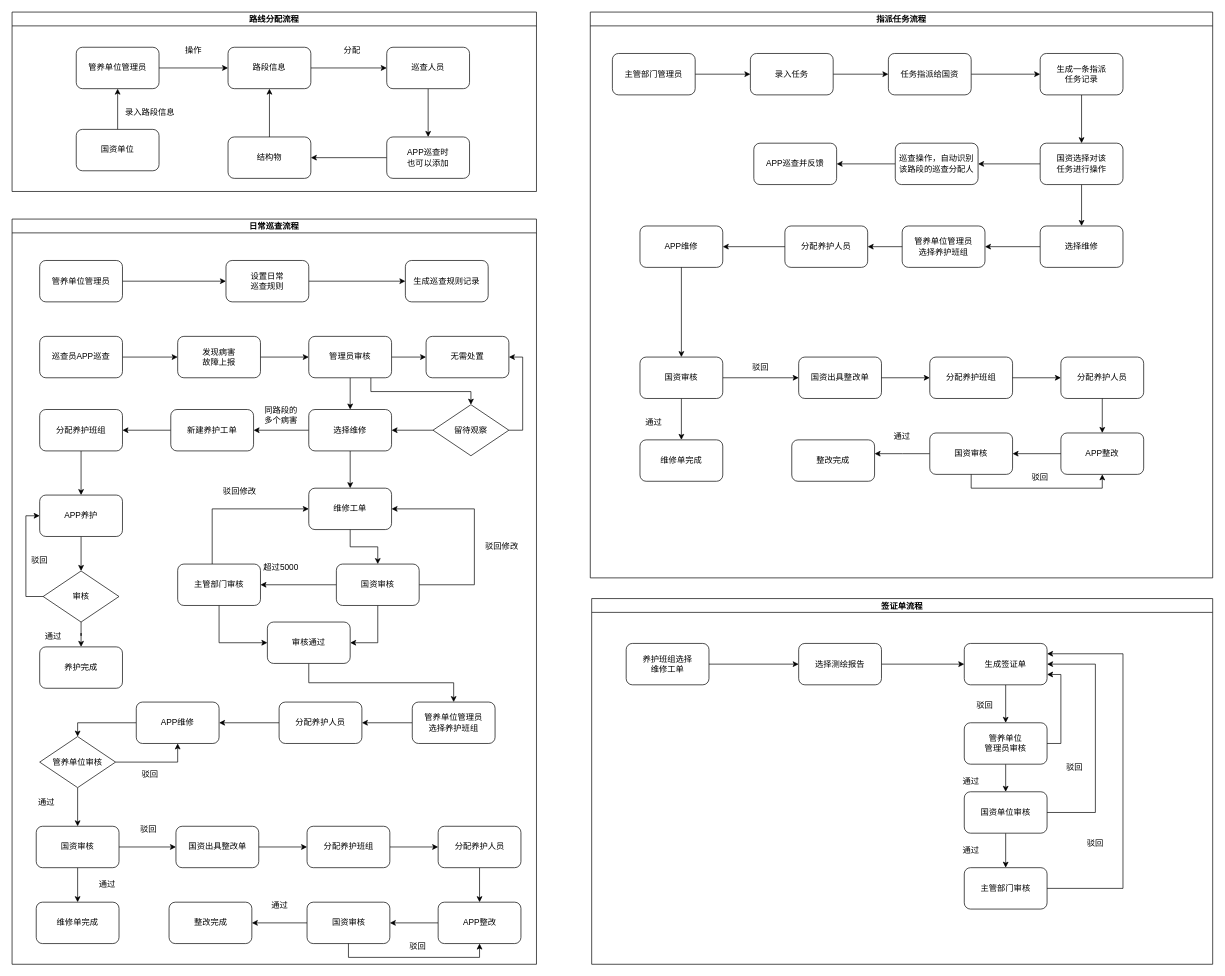
This is way/JH/流程图.drawio from Napoleon1234/Draw, a draw.io file, before an edit. Source tidied: cells renumbered, new cells numbered last; positions are measured from the earlier drawing's top-left corner, leaving out a move shared by most shapes. Both pictures are drawn from the tidied source at 69%, with x=0, y=0 at pixel (12, 12).
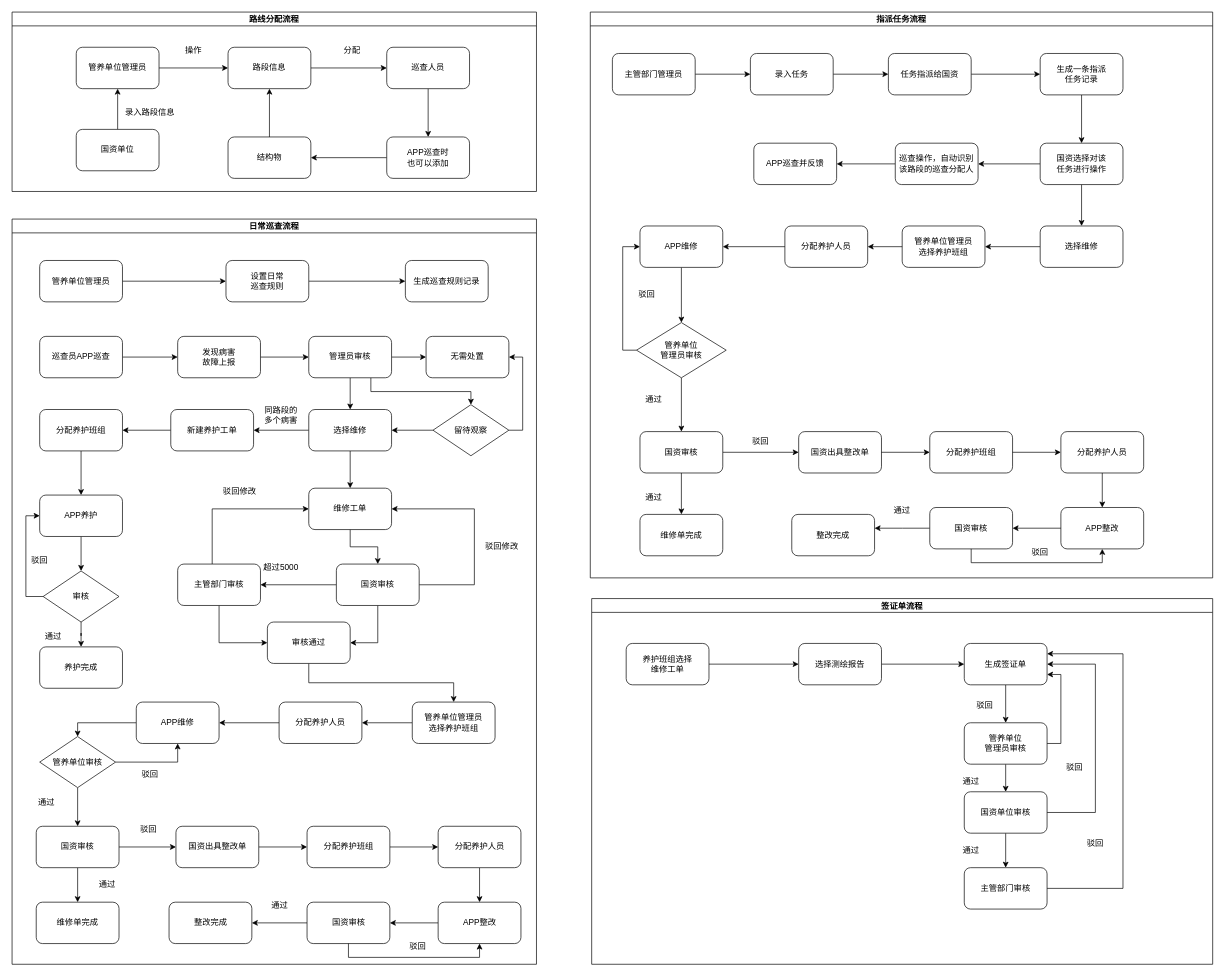
After the change.

Commit message (it also covers changes not shown here):
更新流程图.drawio

The change refers to these unchanged cells:
```xml
<mxCell id="97" value="指派任务流程" style="swimlane;startSize=20;horizontal=1;containerType=tree;" parent="1" vertex="1">
  <mxGeometry x="838" width="902" height="820" as="geometry" />
</mxCell>
<mxCell id="117" value="APP维修" style="rounded=1;whiteSpace=wrap;html=1;" parent="97" vertex="1">
  <mxGeometry x="72" y="310" width="120" height="60" as="geometry" />
</mxCell>
```

Change to the diagram source:
```diff
@@
+    <mxCell id="160" style="edgeStyle=orthogonalEdgeStyle;rounded=0;jettySize=auto;html=1;" parent="97" edge="1" source="117" target="163">
+      <mxGeometry relative="1" as="geometry" />
+    </mxCell>
@@
     <mxCell id="121" value="国资审核" style="rounded=1;whiteSpace=wrap;html=1;" parent="97" vertex="1">
-      <mxGeometry x="72" y="500" width="120" height="60" as="geometry" />
+      <mxGeometry x="72" y="608" width="120" height="60" as="geometry" />
     </mxCell>
-    <mxCell id="122" style="edgeStyle=orthogonalEdgeStyle;rounded=0;jettySize=auto;html=1;entryX=0.5;entryY=0;entryDx=0;entryDy=0;" parent="97" edge="1" source="117" target="121">
-      <mxGeometry relative="1" as="geometry" />
-    </mxCell>
     <mxCell id="123" value="维修单完成" style="rounded=1;whiteSpace=wrap;html=1;" parent="97" vertex="1">
-      <mxGeometry x="72" y="620" width="120" height="60" as="geometry" />
+      <mxGeometry x="72" y="728" width="120" height="60" as="geometry" />
     </mxCell>
     <mxCell id="124" value="国资出具整改单" style="rounded=1;whiteSpace=wrap;html=1;" parent="97" vertex="1">
-      <mxGeometry x="302" y="500" width="120" height="60" as="geometry" />
+      <mxGeometry x="302" y="608" width="120" height="60" as="geometry" />
     </mxCell>
     <mxCell id="125" value="通过" style="text;strokeColor=none;align=center;fillColor=none;html=1;verticalAlign=middle;whiteSpace=wrap;rounded=0;" parent="97" vertex="1">
-      <mxGeometry x="62" y="580" width="60" height="30" as="geometry" />
+      <mxGeometry x="62" y="688" width="60" height="30" as="geometry" />
     </mxCell>
     <mxCell id="126" value="驳回" style="text;strokeColor=none;align=center;fillColor=none;html=1;verticalAlign=middle;whiteSpace=wrap;rounded=0;" parent="97" vertex="1">
-      <mxGeometry x="217" y="500" width="60" height="30" as="geometry" />
+      <mxGeometry x="217" y="608" width="60" height="30" as="geometry" />
     </mxCell>
     <mxCell id="127" value="分配养护班组" style="rounded=1;whiteSpace=wrap;html=1;" parent="97" vertex="1">
-      <mxGeometry x="492" y="500" width="120" height="60" as="geometry" />
+      <mxGeometry x="492" y="608" width="120" height="60" as="geometry" />
     </mxCell>
@@
     <mxCell id="129" value="分配养护人员" style="rounded=1;whiteSpace=wrap;html=1;" parent="97" vertex="1">
-      <mxGeometry x="682" y="500" width="120" height="60" as="geometry" />
+      <mxGeometry x="682" y="608" width="120" height="60" as="geometry" />
     </mxCell>
@@
     <mxCell id="131" value="APP整改" style="rounded=1;whiteSpace=wrap;html=1;" parent="97" vertex="1">
-      <mxGeometry x="682" y="610" width="120" height="60" as="geometry" />
+      <mxGeometry x="682" y="718" width="120" height="60" as="geometry" />
     </mxCell>
@@
     <mxCell id="133" style="edgeStyle=orthogonalEdgeStyle;rounded=0;jettySize=auto;html=1;" parent="97" edge="1" source="134">
       <mxGeometry relative="1" as="geometry">
-        <mxPoint x="412" y="640" as="targetPoint" />
+        <mxPoint x="412" y="748" as="targetPoint" />
       </mxGeometry>
     </mxCell>
     <mxCell id="134" value="国资审核" style="rounded=1;whiteSpace=wrap;html=1;" parent="97" vertex="1">
-      <mxGeometry x="492" y="610" width="120" height="60" as="geometry" />
+      <mxGeometry x="492" y="718" width="120" height="60" as="geometry" />
     </mxCell>
@@
     <mxCell id="137" value="驳回" style="text;strokeColor=none;align=center;fillColor=none;html=1;verticalAlign=middle;whiteSpace=wrap;rounded=0;" parent="97" vertex="1">
-      <mxGeometry x="622" y="660" width="60" height="30" as="geometry" />
+      <mxGeometry x="622" y="768" width="60" height="30" as="geometry" />
     </mxCell>
     <mxCell id="138" value="通过" style="text;strokeColor=none;align=center;fillColor=none;html=1;verticalAlign=middle;whiteSpace=wrap;rounded=0;" parent="97" vertex="1">
-      <mxGeometry x="422" y="600" width="60" height="30" as="geometry" />
+      <mxGeometry x="422" y="708" width="60" height="30" as="geometry" />
     </mxCell>
     <mxCell id="139" value="整改完成" style="rounded=1;whiteSpace=wrap;html=1;" parent="97" vertex="1">
-      <mxGeometry x="292" y="620" width="120" height="60" as="geometry" />
+      <mxGeometry x="292" y="728" width="120" height="60" as="geometry" />
     </mxCell>
+    <mxCell id="161" style="edgeStyle=orthogonalEdgeStyle;rounded=0;jettySize=auto;html=1;" parent="97" edge="1" source="163" target="121">
+      <mxGeometry relative="1" as="geometry" />
+    </mxCell>
+    <mxCell id="162" style="edgeStyle=orthogonalEdgeStyle;rounded=0;jettySize=auto;html=1;entryX=0;entryY=0.5;entryDx=0;entryDy=0;exitX=0;exitY=0.5;exitDx=0;exitDy=0;" parent="97" edge="1" source="163" target="117">
+      <mxGeometry relative="1" as="geometry" />
+    </mxCell>
+    <mxCell id="163" value="管养单位&lt;br&gt;管理员审核" style="rhombus;whiteSpace=wrap;html=1;" parent="97" vertex="1">
+      <mxGeometry x="67" y="450" width="130" height="80" as="geometry" />
+    </mxCell>
+    <mxCell id="164" value="通过" style="text;strokeColor=none;align=center;fillColor=none;html=1;verticalAlign=middle;whiteSpace=wrap;rounded=0;" parent="97" vertex="1">
+      <mxGeometry x="62" y="546" width="60" height="30" as="geometry" />
+    </mxCell>
+    <mxCell id="165" value="驳回" style="text;strokeColor=none;align=center;fillColor=none;html=1;verticalAlign=middle;whiteSpace=wrap;rounded=0;" parent="97" vertex="1">
+      <mxGeometry x="52" y="395" width="60" height="30" as="geometry" />
+    </mxCell>
```
